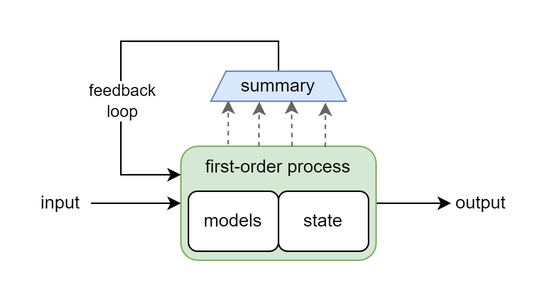
Before: publications/files/2023-nov-mm-clearer-explanation-architecture.drawio.png, a diagram exported from draw.io (malcolmlett/malcolmlett.github.io). Source tidied: cells renumbered, new cells last; positions are measured from the earlier drawing's top-left corner, leaving out a move shared by most shapes.
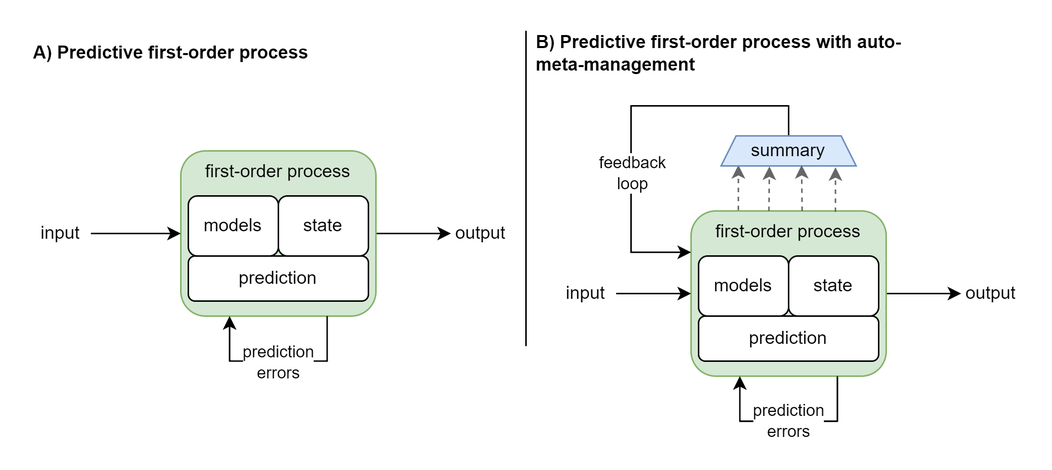
Later version of the same file.

Diff of the diagram source:
```diff
@@ -1,60 +1,126 @@
 <mxGraphModel>
   <root>
-    <mxCell id="0" />
-    <mxCell id="1" parent="0" />
-    <mxCell id="2" style="edgeStyle=orthogonalEdgeStyle;rounded=0;jettySize=auto;html=1;entryX=0;entryY=0.5;entryDx=0;entryDy=0;" parent="1" edge="1" source="4" target="12">
-      <mxGeometry relative="1" as="geometry" />
-    </mxCell>
-    <mxCell id="3" style="edgeStyle=orthogonalEdgeStyle;rounded=0;jettySize=auto;html=1;entryX=0.128;entryY=0.969;entryDx=0;entryDy=0;entryPerimeter=0;exitX=0.218;exitY=0.021;exitDx=0;exitDy=0;exitPerimeter=0;fillColor=#f5f5f5;strokeColor=#666666;dashed=1;" parent="1" edge="1" source="4" target="8">
-      <mxGeometry relative="1" as="geometry" />
-    </mxCell>
-    <mxCell id="4" value="first-order process" style="rounded=1;whiteSpace=wrap;html=1;verticalAlign=top;fillColor=#d5e8d4;strokeColor=#82b366;" parent="1" vertex="1">
-      <mxGeometry x="100" y="70" width="130" height="76" as="geometry" />
-    </mxCell>
-    <mxCell id="5" style="endArrow=classic;html=1;rounded=0;entryX=0;entryY=0.5;entryDx=0;entryDy=0;exitX=1;exitY=0.5;exitDx=0;exitDy=0;" parent="1" edge="1" source="13" target="4">
-      <mxGeometry relative="1" as="geometry" />
-    </mxCell>
-    <mxCell id="6" style="edgeStyle=orthogonalEdgeStyle;rounded=0;jettySize=auto;html=1;entryX=0;entryY=0.25;entryDx=0;entryDy=0;exitX=0.5;exitY=0;exitDx=0;exitDy=0;" parent="1" edge="1" source="8" target="4">
-      <mxGeometry relative="1" as="geometry">
-        <Array as="points">
-          <mxPoint x="165" />
-          <mxPoint x="60" />
-          <mxPoint x="60" y="89" />
-        </Array>
-      </mxGeometry>
-    </mxCell>
+    <mxCell id="16" />
+    <mxCell id="17" parent="16" />
+    <mxCell id="18" style="edgeStyle=orthogonalEdgeStyle;rounded=0;jettySize=auto;html=1;entryX=0;entryY=0.5;entryDx=0;entryDy=0;" parent="17" edge="1" source="20" target="26">
+      <mxGeometry relative="1" as="geometry" />
+    </mxCell>
+    <mxCell id="19" style="edgeStyle=orthogonalEdgeStyle;rounded=0;jettySize=auto;html=1;entryX=0.128;entryY=0.969;entryDx=0;entryDy=0;entryPerimeter=0;exitX=0.218;exitY=0.021;exitDx=0;exitDy=0;exitPerimeter=0;fillColor=#f5f5f5;strokeColor=#666666;dashed=1;" parent="17" edge="1" source="20" target="8">
+      <mxGeometry relative="1" as="geometry" />
+    </mxCell>
+    <mxCell id="20" value="first-order process" style="rounded=1;whiteSpace=wrap;html=1;verticalAlign=top;fillColor=#d5e8d4;strokeColor=#82b366;" parent="17" vertex="1">
+      <mxGeometry x="100" y="70" width="130" height="110" as="geometry" />
+    </mxCell>
+    <mxCell id="21" style="endArrow=classic;html=1;rounded=0;entryX=0;entryY=0.5;entryDx=0;entryDy=0;exitX=1;exitY=0.5;exitDx=0;exitDy=0;" parent="17" edge="1" source="27" target="20">
+      <mxGeometry relative="1" as="geometry" />
+    </mxCell>
+    <mxCell id="22" style="edgeStyle=orthogonalEdgeStyle;rounded=0;jettySize=auto;html=1;exitX=0.5;exitY=0;exitDx=0;exitDy=0;entryX=0;entryY=0.25;entryDx=0;entryDy=0;" parent="17" edge="1" source="8" target="20">
+      <mxGeometry relative="1" as="geometry">
+        <Array as="points">
+          <mxPoint x="165" />
+          <mxPoint x="60" />
+          <mxPoint x="60" y="98" />
+          <mxPoint x="100" y="98" />
+        </Array>
+      </mxGeometry>
+    </mxCell>
-    <mxCell id="7" value="feedback&lt;br&gt;loop" style="edgeLabel;html=1;align=center;verticalAlign=middle;" parent="6" vertex="1">
+    <mxCell id="7" value="feedback&lt;br&gt;loop" style="edgeLabel;html=1;align=center;verticalAlign=middle;" parent="22" vertex="1">
       <mxGeometry x="0.29" relative="1" as="geometry" />
     </mxCell>
-    <mxCell id="8" value="summary" style="shape=trapezoid;perimeter=trapezoidPerimeter;whiteSpace=wrap;html=1;fixedSize=1;size=10;fillColor=#dae8fc;strokeColor=#6c8ebf;rotation=0;" parent="1" vertex="1">
+    <mxCell id="8" value="summary" style="shape=trapezoid;perimeter=trapezoidPerimeter;whiteSpace=wrap;html=1;fixedSize=1;size=10;fillColor=#dae8fc;strokeColor=#6c8ebf;rotation=0;" parent="17" vertex="1">
       <mxGeometry x="120" y="20" width="90" height="20" as="geometry" />
     </mxCell>
-    <mxCell id="9" style="edgeStyle=orthogonalEdgeStyle;rounded=0;jettySize=auto;html=1;entryX=0.358;entryY=1.015;entryDx=0;entryDy=0;entryPerimeter=0;fillColor=#f5f5f5;strokeColor=#666666;dashed=1;exitX=0.399;exitY=0.001;exitDx=0;exitDy=0;exitPerimeter=0;" parent="1" edge="1" source="4" target="8">
-      <mxGeometry relative="1" as="geometry">
-        <Array as="points">
-          <mxPoint x="152" y="70" />
-        </Array>
-      </mxGeometry>
-    </mxCell>
-    <mxCell id="10" style="edgeStyle=orthogonalEdgeStyle;rounded=0;jettySize=auto;html=1;entryX=0.596;entryY=0.969;entryDx=0;entryDy=0;entryPerimeter=0;fillColor=#f5f5f5;strokeColor=#666666;dashed=1;" parent="1" edge="1" target="8">
-      <mxGeometry relative="1" as="geometry">
-        <mxPoint x="174" y="70" as="sourcePoint" />
-      </mxGeometry>
-    </mxCell>
-    <mxCell id="11" style="edgeStyle=orthogonalEdgeStyle;rounded=0;jettySize=auto;html=1;entryX=0.847;entryY=1.043;entryDx=0;entryDy=0;entryPerimeter=0;fillColor=#f5f5f5;strokeColor=#666666;dashed=1;exitX=0.74;exitY=0.006;exitDx=0;exitDy=0;exitPerimeter=0;" parent="1" edge="1" source="4" target="8">
-      <mxGeometry relative="1" as="geometry" />
-    </mxCell>
-    <mxCell id="12" value="output" style="rounded=0;whiteSpace=wrap;html=1;strokeWidth=1;strokeColor=none;" parent="1" vertex="1">
-      <mxGeometry x="280" y="98" width="40" height="20" as="geometry" />
-    </mxCell>
-    <mxCell id="13" value="input" style="rounded=0;whiteSpace=wrap;html=1;strokeWidth=1;strokeColor=none;" parent="1" vertex="1">
-      <mxGeometry y="98" width="40" height="20" as="geometry" />
-    </mxCell>
+    <mxCell id="23" style="edgeStyle=orthogonalEdgeStyle;rounded=0;jettySize=auto;html=1;entryX=0.358;entryY=1.015;entryDx=0;entryDy=0;entryPerimeter=0;fillColor=#f5f5f5;strokeColor=#666666;dashed=1;exitX=0.399;exitY=0.001;exitDx=0;exitDy=0;exitPerimeter=0;" parent="17" edge="1" source="20" target="8">
+      <mxGeometry relative="1" as="geometry">
+        <Array as="points">
+          <mxPoint x="152" y="70" />
+        </Array>
+      </mxGeometry>
+    </mxCell>
+    <mxCell id="24" style="edgeStyle=orthogonalEdgeStyle;rounded=0;jettySize=auto;html=1;entryX=0.596;entryY=0.969;entryDx=0;entryDy=0;entryPerimeter=0;fillColor=#f5f5f5;strokeColor=#666666;dashed=1;" parent="17" edge="1" target="8">
+      <mxGeometry relative="1" as="geometry">
+        <mxPoint x="174" y="70" as="sourcePoint" />
+      </mxGeometry>
+    </mxCell>
+    <mxCell id="25" style="edgeStyle=orthogonalEdgeStyle;rounded=0;jettySize=auto;html=1;entryX=0.847;entryY=1.043;entryDx=0;entryDy=0;entryPerimeter=0;fillColor=#f5f5f5;strokeColor=#666666;dashed=1;exitX=0.74;exitY=0.006;exitDx=0;exitDy=0;exitPerimeter=0;" parent="17" edge="1" source="20" target="8">
+      <mxGeometry relative="1" as="geometry" />
+    </mxCell>
+    <mxCell id="26" value="output" style="rounded=0;whiteSpace=wrap;html=1;strokeWidth=1;strokeColor=none;" parent="17" vertex="1">
+      <mxGeometry x="280" y="115" width="40" height="20" as="geometry" />
+    </mxCell>
+    <mxCell id="27" value="input" style="rounded=0;whiteSpace=wrap;html=1;strokeWidth=1;strokeColor=none;" parent="17" vertex="1">
+      <mxGeometry x="10" y="115" width="40" height="20" as="geometry" />
+    </mxCell>
-    <mxCell id="14" value="models" style="rounded=1;whiteSpace=wrap;html=1;strokeColor=#000000;strokeWidth=1;" parent="1" vertex="1">
+    <mxCell id="14" value="models" style="rounded=1;whiteSpace=wrap;html=1;strokeColor=#000000;strokeWidth=1;" parent="17" vertex="1">
       <mxGeometry x="105" y="100" width="60" height="40" as="geometry" />
     </mxCell>
-    <mxCell id="15" value="state" style="rounded=1;whiteSpace=wrap;html=1;strokeColor=#000000;strokeWidth=1;" parent="1" vertex="1">
+    <mxCell id="15" value="state" style="rounded=1;whiteSpace=wrap;html=1;strokeColor=#000000;strokeWidth=1;" parent="17" vertex="1">
       <mxGeometry x="165" y="100" width="60" height="40" as="geometry" />
     </mxCell>
+    <mxCell id="28" value="A) Predictive first-order process" style="text;html=1;strokeColor=none;fillColor=none;align=left;verticalAlign=middle;whiteSpace=wrap;rounded=0;fontSize=12;fontStyle=1;" parent="17" vertex="1">
+      <mxGeometry x="-340" y="-50" width="310" height="30" as="geometry" />
+    </mxCell>
+    <mxCell id="29" value="B) Predictive first-order process with auto-meta-management" style="text;html=1;strokeColor=none;fillColor=none;align=left;verticalAlign=middle;whiteSpace=wrap;rounded=0;fontSize=12;fontStyle=1;" parent="17" vertex="1">
+      <mxGeometry x="-5" y="-50" width="255" height="30" as="geometry" />
+    </mxCell>
+    <mxCell id="30" style="endArrow=none;html=1;rounded=0;strokeWidth=1;fontSize=12;" parent="17" edge="1">
+      <mxGeometry relative="1" as="geometry">
+        <mxPoint x="-10" y="160" as="sourcePoint" />
+        <mxPoint x="-10" y="-50" as="targetPoint" />
+      </mxGeometry>
+    </mxCell>
+    <mxCell id="31" style="edgeStyle=orthogonalEdgeStyle;rounded=0;jettySize=auto;html=1;entryX=0;entryY=0.5;entryDx=0;entryDy=0;" parent="17" edge="1" source="32" target="34">
+      <mxGeometry relative="1" as="geometry" />
+    </mxCell>
+    <mxCell id="32" value="first-order process" style="rounded=1;whiteSpace=wrap;html=1;verticalAlign=top;fillColor=#d5e8d4;strokeColor=#82b366;" parent="17" vertex="1">
+      <mxGeometry x="-240" y="30" width="130" height="110" as="geometry" />
+    </mxCell>
+    <mxCell id="33" style="endArrow=classic;html=1;rounded=0;entryX=0;entryY=0.5;entryDx=0;entryDy=0;exitX=1;exitY=0.5;exitDx=0;exitDy=0;" parent="17" edge="1" source="35" target="32">
+      <mxGeometry relative="1" as="geometry" />
+    </mxCell>
+    <mxCell id="34" value="output" style="rounded=0;whiteSpace=wrap;html=1;strokeWidth=1;strokeColor=none;" parent="17" vertex="1">
+      <mxGeometry x="-60" y="75" width="40" height="20" as="geometry" />
+    </mxCell>
+    <mxCell id="35" value="input" style="rounded=0;whiteSpace=wrap;html=1;strokeWidth=1;strokeColor=none;" parent="17" vertex="1">
+      <mxGeometry x="-340" y="75" width="40" height="20" as="geometry" />
+    </mxCell>
+    <mxCell id="36" value="models" style="rounded=1;whiteSpace=wrap;html=1;strokeColor=#000000;strokeWidth=1;" parent="17" vertex="1">
+      <mxGeometry x="-235" y="60" width="60" height="40" as="geometry" />
+    </mxCell>
+    <mxCell id="37" value="state" style="rounded=1;whiteSpace=wrap;html=1;strokeColor=#000000;strokeWidth=1;" parent="17" vertex="1">
+      <mxGeometry x="-175" y="60" width="60" height="40" as="geometry" />
+    </mxCell>
+    <mxCell id="38" value="prediction" style="rounded=1;whiteSpace=wrap;html=1;strokeColor=#000000;strokeWidth=1;" parent="17" vertex="1">
+      <mxGeometry x="-235" y="100" width="120" height="30" as="geometry" />
+    </mxCell>
+    <mxCell id="39" value="prediction" style="rounded=1;whiteSpace=wrap;html=1;strokeColor=#000000;strokeWidth=1;" parent="17" vertex="1">
+      <mxGeometry x="105" y="140" width="120" height="30" as="geometry" />
+    </mxCell>
+    <mxCell id="40" style="edgeStyle=orthogonalEdgeStyle;rounded=0;orthogonalLoop=1;jettySize=auto;html=1;entryX=0.25;entryY=1;entryDx=0;entryDy=0;exitX=0.75;exitY=1;exitDx=0;exitDy=0;" parent="17" edge="1" source="32" target="32">
+      <mxGeometry relative="1" as="geometry">
+        <Array as="points">
+          <mxPoint x="-142" y="170" />
+          <mxPoint x="-208" y="170" />
+        </Array>
+      </mxGeometry>
+    </mxCell>
+    <mxCell id="41" value="prediction&lt;br&gt;errors" style="edgeLabel;html=1;align=center;verticalAlign=middle;" parent="40" vertex="1">
+      <mxGeometry x="0.09" y="-1" relative="1" as="geometry">
+        <mxPoint x="5" y="1" as="offset" />
+      </mxGeometry>
+    </mxCell>
+    <mxCell id="42" style="edgeStyle=orthogonalEdgeStyle;rounded=0;orthogonalLoop=1;jettySize=auto;html=1;entryX=0.25;entryY=1;entryDx=0;entryDy=0;exitX=0.75;exitY=1;exitDx=0;exitDy=0;" parent="17" edge="1" source="20" target="20">
+      <mxGeometry relative="1" as="geometry">
+        <Array as="points">
+          <mxPoint x="198" y="210" />
+          <mxPoint x="132" y="210" />
+        </Array>
+      </mxGeometry>
+    </mxCell>
+    <mxCell id="43" value="prediction&lt;br&gt;errors" style="edgeLabel;html=1;align=center;verticalAlign=middle;" parent="42" vertex="1">
+      <mxGeometry x="0.23" y="-1" relative="1" as="geometry">
+        <mxPoint x="14" as="offset" />
+      </mxGeometry>
+    </mxCell>
   </root>
 </mxGraphModel>
```
